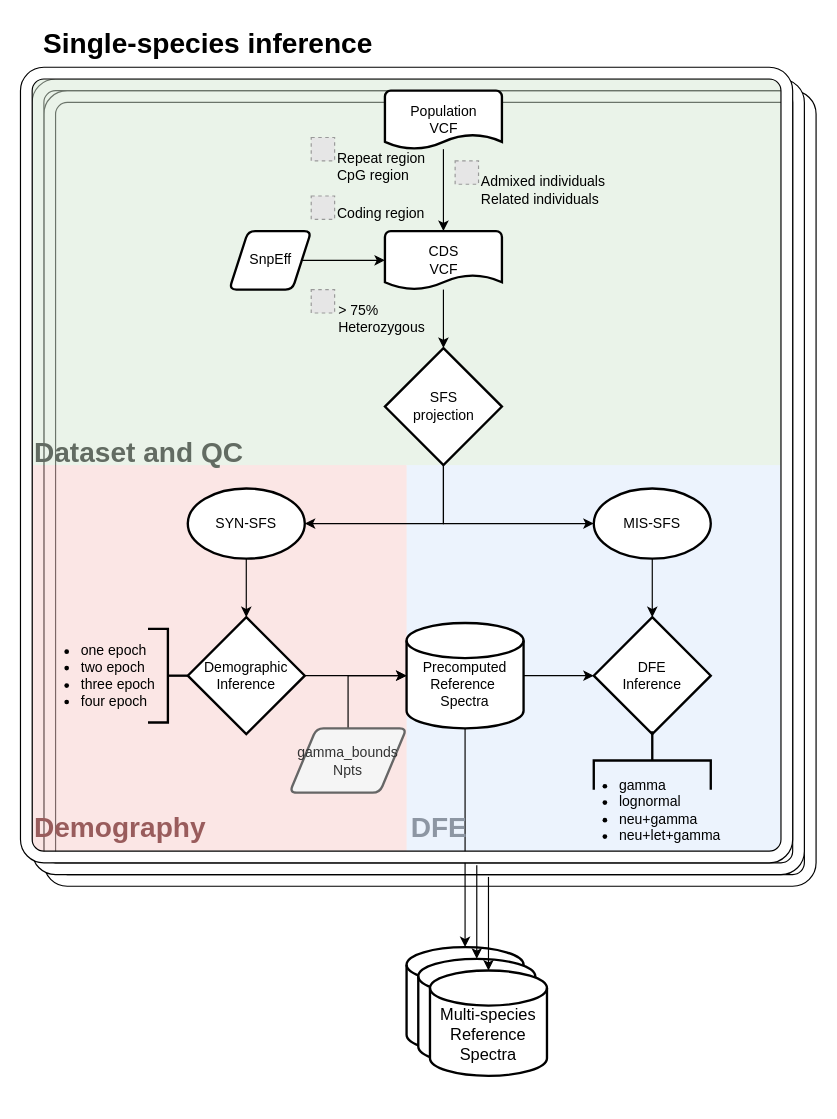
Before: DFE/Untitled Diagram.drawio in meixilin/DFE_Flowchart, a draw.io diagram. Source tidied: cells renumbered, new cells numbered last; positions are measured from the earlier drawing's top-left corner, leaving out a move shared by most shapes. Both pictures are drawn from the tidied source at 117%, with x=0, y=0 at pixel (20, 20). Pictures stored in the file or linked from it are replaced by grey dashed boxes.
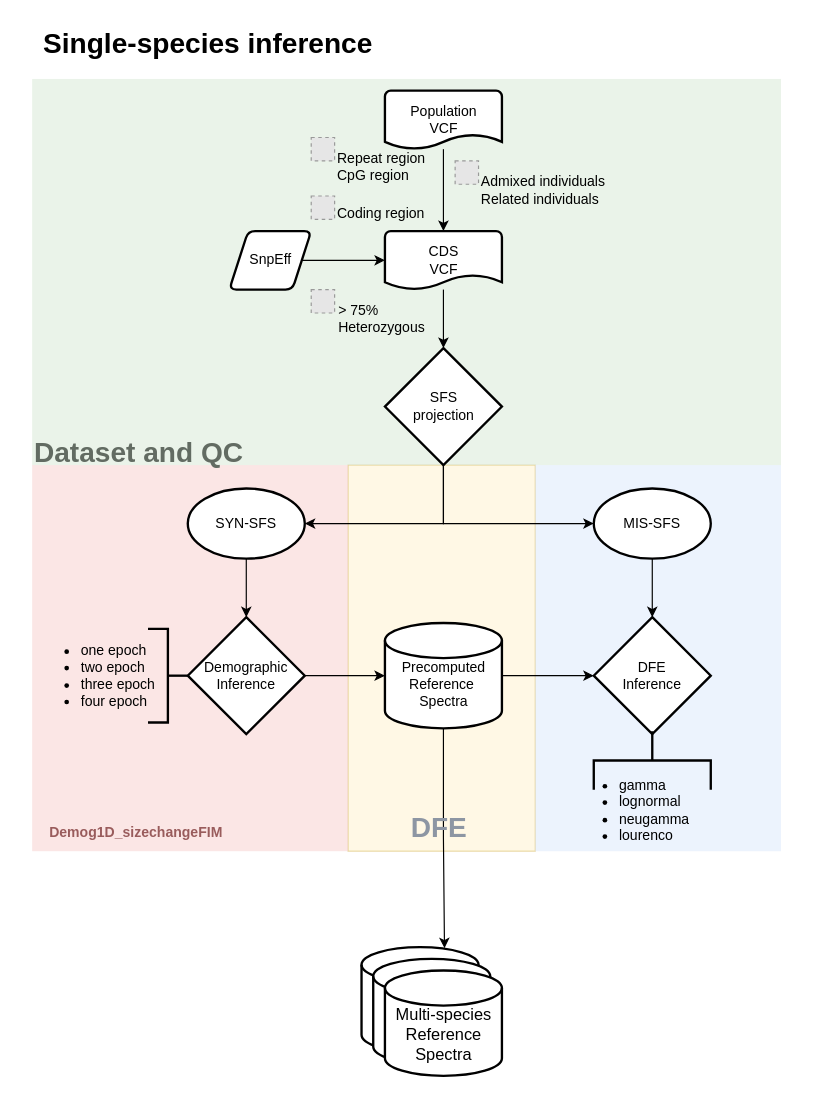
The same page after the edit.

The edit, as a diff of the source:
```diff
@@
-    <mxCell id="2" style="verticalLabelPosition=bottom;verticalAlign=top;html=1;shape=mxgraph.basic.rounded_frame;dx=10;sketch=0;fillColor=default;" parent="1" vertex="1">
-      <mxGeometry x="20" y="60" width="660" height="680" as="geometry" />
-    </mxCell>
-    <mxCell id="3" style="verticalLabelPosition=bottom;verticalAlign=top;html=1;shape=mxgraph.basic.rounded_frame;dx=10;sketch=0;fillColor=default;" parent="1" vertex="1">
-      <mxGeometry x="10" y="50" width="660" height="680" as="geometry" />
-    </mxCell>
+    <mxCell id="53" style="rounded=0;whiteSpace=wrap;html=1;sketch=0;fillColor=#fff2cc;strokeColor=#d6b656;opacity=50;" parent="1" vertex="1">
+      <mxGeometry x="280" y="380" width="160" height="330" as="geometry" />
+    </mxCell>
     <mxCell id="4" style="rounded=0;whiteSpace=wrap;html=1;sketch=0;fillColor=#dae8fc;strokeColor=none;opacity=50;" parent="1" vertex="1">
-      <mxGeometry x="330" y="380" width="320" height="330" as="geometry" />
+      <mxGeometry x="440" y="380" width="210" height="330" as="geometry" />
     </mxCell>
     <mxCell id="5" style="rounded=0;whiteSpace=wrap;html=1;sketch=0;fillColor=#f8cecc;strokeColor=none;opacity=50;" parent="1" vertex="1">
-      <mxGeometry x="10" y="380" width="320" height="330" as="geometry" />
+      <mxGeometry x="10" y="380" width="270" height="330" as="geometry" />
     </mxCell>
@@
-    <mxCell id="15" style="edgeStyle=orthogonalEdgeStyle;rounded=0;jettySize=auto;html=1;exitX=0.5;exitY=0;exitDx=0;exitDy=0;entryX=0;entryY=0.5;entryDx=0;entryDy=0;entryPerimeter=0;" parent="1" edge="1" source="16" target="19">
-      <mxGeometry relative="1" as="geometry" />
-    </mxCell>
-    <mxCell id="16" value="gamma_bounds&lt;br&gt;Npts" style="shape=parallelogram;html=1;strokeWidth=2;perimeter=parallelogramPerimeter;whiteSpace=wrap;rounded=1;arcSize=12;size=0.23;fillColor=#f5f5f5;fontColor=#333333;strokeColor=#666666;" parent="1" vertex="1">
-      <mxGeometry x="230" y="605" width="100" height="55" as="geometry" />
-    </mxCell>
@@
-    <mxCell id="18" style="edgeStyle=orthogonalEdgeStyle;rounded=0;jettySize=auto;html=1;exitX=0.5;exitY=1;exitDx=0;exitDy=0;exitPerimeter=0;fontFamily=Helvetica;fontColor=#000000;" parent="1" edge="1" source="19">
-      <mxGeometry relative="1" as="geometry">
-        <mxPoint x="380" y="792" as="targetPoint" />
-      </mxGeometry>
-    </mxCell>
+    <mxCell id="54" style="edgeStyle=orthogonalEdgeStyle;rounded=0;jettySize=auto;html=1;exitX=0.5;exitY=1;exitDx=0;exitDy=0;exitPerimeter=0;entryX=0.709;entryY=0.01;entryDx=0;entryDy=0;entryPerimeter=0;fontSize=12;" parent="1" edge="1" source="19" target="47">
+      <mxGeometry relative="1" as="geometry" />
+    </mxCell>
     <mxCell id="19" value="&lt;br&gt;Precomputed&lt;br&gt;Reference&amp;nbsp;&lt;br&gt;Spectra" style="strokeWidth=2;html=1;shape=mxgraph.flowchart.database;whiteSpace=wrap;fillColor=default;" parent="1" vertex="1">
-      <mxGeometry x="330" y="515" width="100" height="90" as="geometry" />
+      <mxGeometry x="311.5" y="515" width="100" height="90" as="geometry" />
     </mxCell>
@@
-    <mxCell id="21" value="&lt;ul&gt;&lt;li&gt;gamma&lt;/li&gt;&lt;li&gt;lognormal&lt;/li&gt;&lt;li&gt;neu+gamma&lt;/li&gt;&lt;li&gt;neu+let+gamma&lt;/li&gt;&lt;/ul&gt;" style="text;html=1;whiteSpace=wrap;verticalAlign=middle;overflow=hidden;imageWidth=15;" parent="1" vertex="1">
+    <mxCell id="21" value="&lt;ul&gt;&lt;li&gt;gamma&lt;/li&gt;&lt;li&gt;lognormal&lt;/li&gt;&lt;li&gt;neugamma&lt;/li&gt;&lt;li&gt;lourenco&lt;/li&gt;&lt;/ul&gt;" style="text;html=1;whiteSpace=wrap;verticalAlign=middle;overflow=hidden;imageWidth=15;" parent="1" vertex="1">
       <mxGeometry x="470" y="630" width="140" height="90" as="geometry" />
     </mxCell>
@@
-    <mxCell id="42" style="verticalLabelPosition=bottom;verticalAlign=top;html=1;shape=mxgraph.basic.rounded_frame;dx=10;sketch=0;fillColor=default;" parent="1" vertex="1">
-      <mxGeometry y="40" width="660" height="680" as="geometry" />
-    </mxCell>
@@
-    <mxCell id="44" value="&lt;font color=&quot;#995c5c&quot;&gt;Demography&lt;/font&gt;" style="text;strokeColor=none;fillColor=none;html=1;fontSize=24;fontStyle=1;verticalAlign=middle;align=left;sketch=0;fontFamily=Helvetica;" parent="1" vertex="1">
-      <mxGeometry x="10" y="670" width="220" height="40" as="geometry" />
+    <mxCell id="44" value="&lt;font style=&quot;font-size: 12px;&quot; color=&quot;#995c5c&quot;&gt;Demog1D_sizechangeFIM&lt;/font&gt;" style="text;strokeColor=none;fillColor=none;html=1;fontSize=24;fontStyle=1;verticalAlign=middle;align=left;sketch=0;fontFamily=Helvetica;" parent="1" vertex="1">
+      <mxGeometry x="23" y="670" width="220" height="40" as="geometry" />
     </mxCell>
@@
+    <mxCell id="55" style="group;" parent="1" vertex="1">
+      <mxGeometry x="276.5" y="792" width="170" height="130" as="geometry" />
+    </mxCell>
-    <mxCell id="47" value="&lt;p&gt;&lt;br&gt;&lt;/p&gt;" style="strokeWidth=2;html=1;shape=mxgraph.flowchart.database;whiteSpace=wrap;fillColor=default;spacing=0;" parent="1" vertex="1">
-      <mxGeometry x="330" y="792" width="100" height="90" as="geometry" />
+    <mxCell id="47" value="&lt;p&gt;&lt;br&gt;&lt;/p&gt;" style="strokeWidth=2;html=1;shape=mxgraph.flowchart.database;whiteSpace=wrap;fillColor=default;spacing=0;" parent="55" vertex="1">
+      <mxGeometry x="15" width="100" height="90" as="geometry" />
     </mxCell>
-    <mxCell id="48" value="&lt;p&gt;&lt;br&gt;&lt;/p&gt;" style="strokeWidth=2;html=1;shape=mxgraph.flowchart.database;whiteSpace=wrap;fillColor=default;spacing=0;" parent="1" vertex="1">
-      <mxGeometry x="340" y="802" width="100" height="90" as="geometry" />
+    <mxCell id="48" value="&lt;p&gt;&lt;br&gt;&lt;/p&gt;" style="strokeWidth=2;html=1;shape=mxgraph.flowchart.database;whiteSpace=wrap;fillColor=default;spacing=0;" parent="55" vertex="1">
+      <mxGeometry x="25" y="10" width="100" height="90" as="geometry" />
     </mxCell>
-    <mxCell id="49" value="&lt;p&gt;&lt;br&gt;&lt;/p&gt;" style="strokeWidth=2;html=1;shape=mxgraph.flowchart.database;whiteSpace=wrap;fillColor=default;spacing=0;" parent="1" vertex="1">
-      <mxGeometry x="350" y="812" width="100" height="90" as="geometry" />
+    <mxCell id="49" value="&lt;p&gt;&lt;br&gt;&lt;/p&gt;" style="strokeWidth=2;html=1;shape=mxgraph.flowchart.database;whiteSpace=wrap;fillColor=default;spacing=0;" parent="55" vertex="1">
+      <mxGeometry x="35" y="20" width="100" height="90" as="geometry" />
     </mxCell>
-    <mxCell id="50" value="&lt;font style=&quot;font-size: 14px&quot;&gt;Multi-species&lt;br&gt;Reference&lt;br&gt;Spectra&lt;br&gt;&lt;/font&gt;" style="text;html=1;strokeColor=none;fillColor=none;align=center;verticalAlign=middle;whiteSpace=wrap;rounded=0;sketch=0;fontFamily=Helvetica;fontColor=#000000;" parent="1" vertex="1">
-      <mxGeometry x="315" y="812" width="170" height="110" as="geometry" />
+    <mxCell id="50" value="&lt;font style=&quot;font-size: 14px&quot;&gt;Multi-species&lt;br&gt;Reference&lt;br&gt;Spectra&lt;br&gt;&lt;/font&gt;" style="text;html=1;strokeColor=none;fillColor=none;align=center;verticalAlign=middle;whiteSpace=wrap;rounded=0;sketch=0;fontFamily=Helvetica;fontColor=#000000;" parent="55" vertex="1">
+      <mxGeometry y="20" width="170" height="110" as="geometry" />
     </mxCell>
-    <mxCell id="51" style="edgeStyle=orthogonalEdgeStyle;rounded=0;orthogonalLoop=1;jettySize=auto;html=1;fontFamily=Helvetica;fontColor=#000000;" parent="1" edge="1">
-      <mxGeometry relative="1" as="geometry">
-        <mxPoint x="390" y="722" as="sourcePoint" />
-        <mxPoint x="390" y="802" as="targetPoint" />
-      </mxGeometry>
-    </mxCell>
-    <mxCell id="52" style="edgeStyle=orthogonalEdgeStyle;rounded=0;orthogonalLoop=1;jettySize=auto;html=1;fontFamily=Helvetica;fontColor=#000000;" parent="1" edge="1">
-      <mxGeometry relative="1" as="geometry">
-        <mxPoint x="400" y="732" as="sourcePoint" />
-        <mxPoint x="400" y="812" as="targetPoint" />
-      </mxGeometry>
-    </mxCell>
```
